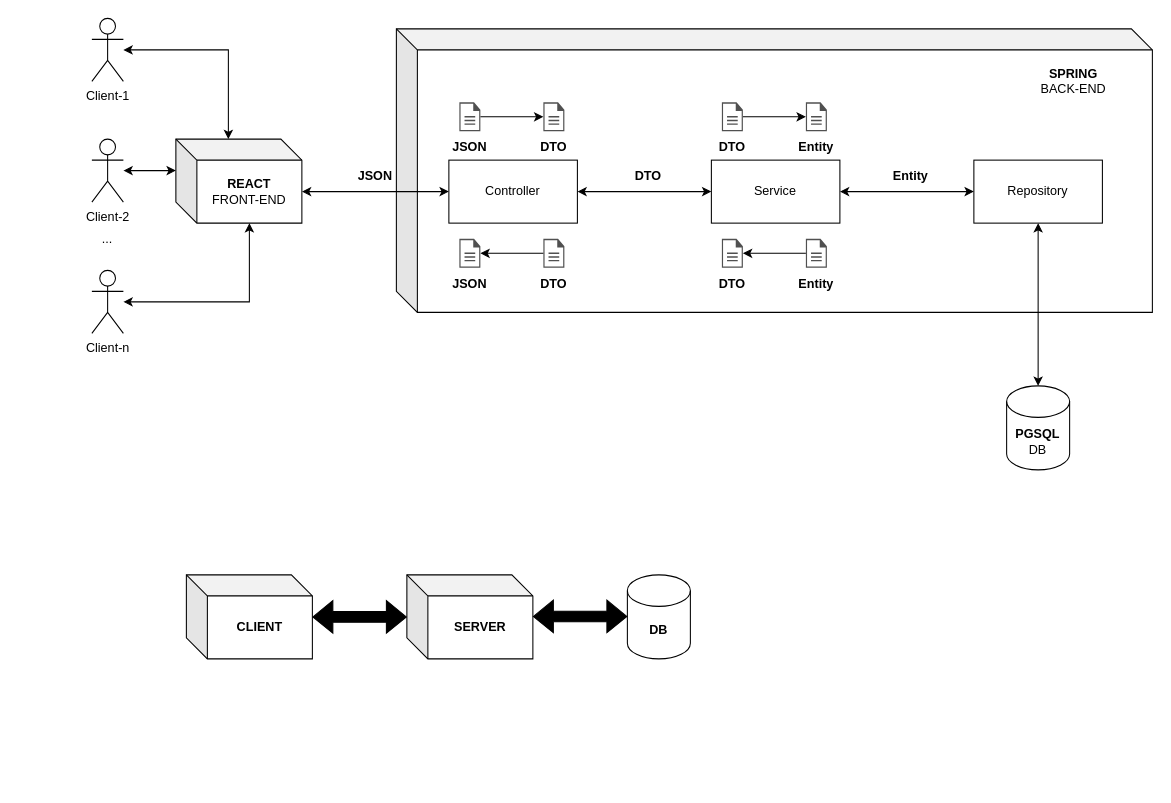
This is page "Страница 1" (1 of 2) of documentation/architecture.drawio from ArtemShishkinV/technical-support, a draw.io file, before an edit. Source tidied: cells renumbered, new cells numbered last; positions are measured from the earlier drawing's top-left corner, leaving out a move shared by most shapes. Both pictures are drawn from the tidied source at 105%, with x=0, y=0 at pixel (76, 18).
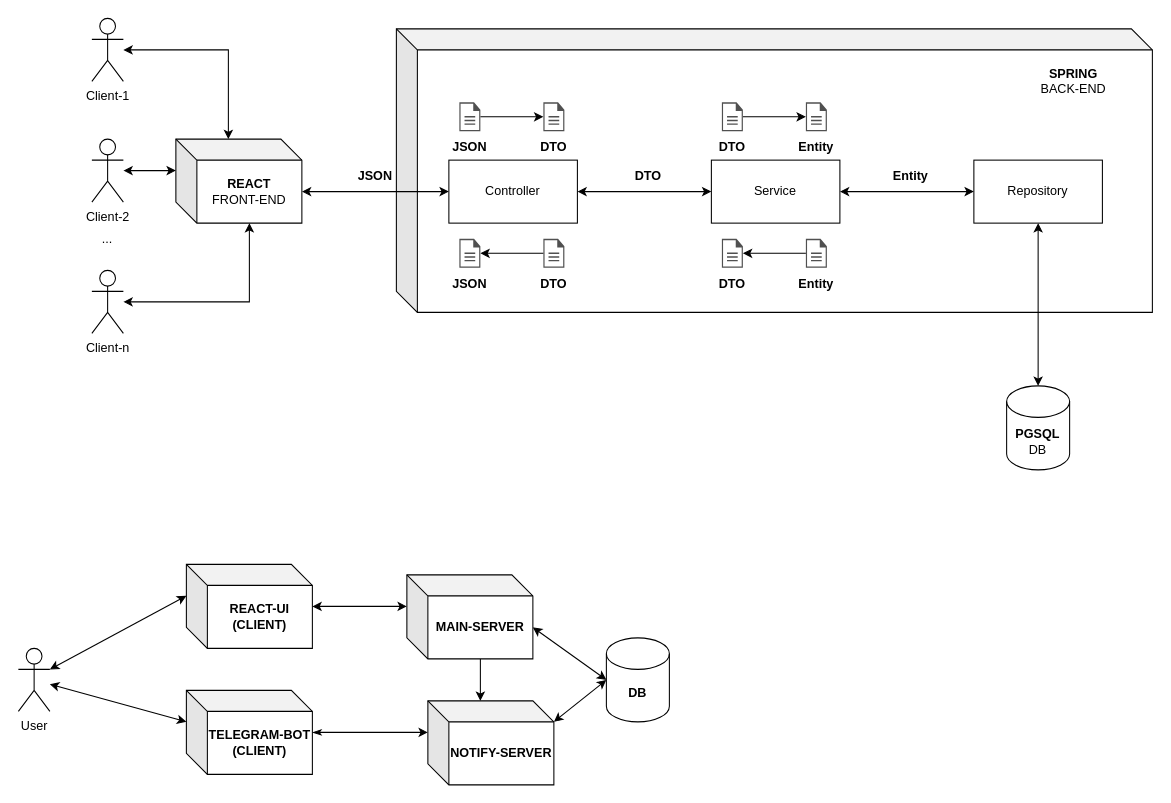
After the change.

Change to the diagram source:
```diff
@@
+    <mxCell id="54" style="edgeStyle=orthogonalEdgeStyle;rounded=0;jettySize=auto;html=1;entryX=0;entryY=0;entryDx=0;entryDy=30;entryPerimeter=0;startArrow=classic;startFill=1;" parent="1" edge="1" source="51" target="52">
+      <mxGeometry relative="1" as="geometry" />
+    </mxCell>
-    <mxCell id="51" value="&lt;b&gt;CLIENT&lt;/b&gt;" style="shape=cube;whiteSpace=wrap;html=1;boundedLbl=1;backgroundOutline=1;darkOpacity=0.05;darkOpacity2=0.1;" parent="1" vertex="1">
-      <mxGeometry x="105" y="530" width="120" height="80" as="geometry" />
+    <mxCell id="51" value="&lt;b&gt;REACT-UI&lt;br&gt;(CLIENT)&lt;br&gt;&lt;/b&gt;" style="shape=cube;whiteSpace=wrap;html=1;boundedLbl=1;backgroundOutline=1;darkOpacity=0.05;darkOpacity2=0.1;" parent="1" vertex="1">
+      <mxGeometry x="105" y="520" width="120" height="80" as="geometry" />
     </mxCell>
-    <mxCell id="52" value="&lt;b&gt;SERVER&lt;/b&gt;" style="shape=cube;whiteSpace=wrap;html=1;boundedLbl=1;backgroundOutline=1;darkOpacity=0.05;darkOpacity2=0.1;" parent="1" vertex="1">
+    <mxCell id="52" value="&lt;b&gt;MAIN-SERVER&lt;/b&gt;" style="shape=cube;whiteSpace=wrap;html=1;boundedLbl=1;backgroundOutline=1;darkOpacity=0.05;darkOpacity2=0.1;" parent="1" vertex="1">
       <mxGeometry x="315" y="530" width="120" height="80" as="geometry" />
     </mxCell>
     <mxCell id="53" value="&lt;b&gt;DB&lt;/b&gt;" style="shape=cylinder3;whiteSpace=wrap;html=1;boundedLbl=1;backgroundOutline=1;size=15;" parent="1" vertex="1">
-      <mxGeometry x="525" y="530" width="60" height="80" as="geometry" />
+      <mxGeometry x="505" y="590" width="60" height="80" as="geometry" />
     </mxCell>
-    <mxCell id="54" style="shape=flexArrow;endArrow=classic;startArrow=classic;html=1;rounded=0;entryX=0;entryY=0.5;entryDx=0;entryDy=0;entryPerimeter=0;fillColor=#000000;exitX=1;exitY=0.5;exitDx=0;exitDy=0;exitPerimeter=0;" parent="1" edge="1" source="51" target="52">
-      <mxGeometry relative="1" as="geometry" />
-    </mxCell>
-    <mxCell id="55" style="shape=flexArrow;endArrow=classic;startArrow=classic;html=1;rounded=0;fillColor=#000000;" parent="1" edge="1">
-      <mxGeometry relative="1" as="geometry">
-        <mxPoint x="435" y="569.6" as="sourcePoint" />
-        <mxPoint x="525" y="569.6" as="targetPoint" />
-      </mxGeometry>
-    </mxCell>
+    <mxCell id="56" value="User" style="shape=umlActor;verticalLabelPosition=bottom;verticalAlign=top;html=1;outlineConnect=0;" parent="1" vertex="1">
+      <mxGeometry x="-55" y="600" width="30" height="60" as="geometry" />
+    </mxCell>
+    <mxCell id="57" style="endArrow=classic;startArrow=classic;html=1;rounded=0;exitX=1;exitY=0.3333333333333333;exitDx=0;exitDy=0;exitPerimeter=0;entryX=0;entryY=0;entryDx=0;entryDy=30;entryPerimeter=0;" parent="1" edge="1" source="56" target="51">
+      <mxGeometry relative="1" as="geometry" />
+    </mxCell>
+    <mxCell id="58" style="edgeStyle=orthogonalEdgeStyle;rounded=0;jettySize=auto;html=1;entryX=0;entryY=0;entryDx=0;entryDy=30;entryPerimeter=0;startArrow=classicThin;startFill=1;" parent="1" edge="1" source="59" target="61">
+      <mxGeometry relative="1" as="geometry" />
+    </mxCell>
+    <mxCell id="59" value="&lt;b&gt;TELEGRAM-BOT&lt;br&gt;(CLIENT)&lt;br&gt;&lt;/b&gt;" style="shape=cube;whiteSpace=wrap;html=1;boundedLbl=1;backgroundOutline=1;darkOpacity=0.05;darkOpacity2=0.1;" parent="1" vertex="1">
+      <mxGeometry x="105" y="640" width="120" height="80" as="geometry" />
+    </mxCell>
+    <mxCell id="60" style="endArrow=classic;startArrow=classic;html=1;rounded=0;entryX=0;entryY=0;entryDx=0;entryDy=30;entryPerimeter=0;" parent="1" edge="1" source="56" target="59">
+      <mxGeometry relative="1" as="geometry" />
+    </mxCell>
+    <mxCell id="61" value="&lt;b&gt;NOTIFY-SERVER&lt;/b&gt;" style="shape=cube;whiteSpace=wrap;html=1;boundedLbl=1;backgroundOutline=1;darkOpacity=0.05;darkOpacity2=0.1;" parent="1" vertex="1">
+      <mxGeometry x="335" y="650" width="120" height="80" as="geometry" />
+    </mxCell>
+    <mxCell id="62" style="endArrow=none;startArrow=classic;html=1;rounded=0;exitX=0;exitY=0;exitDx=50;exitDy=0;exitPerimeter=0;entryX=0;entryY=0;entryDx=70;entryDy=80;entryPerimeter=0;startFill=1;endFill=0;" parent="1" edge="1" source="61" target="52">
+      <mxGeometry relative="1" as="geometry" />
+    </mxCell>
+    <mxCell id="63" style="endArrow=classic;startArrow=classic;html=1;rounded=0;entryX=0;entryY=0.5;entryDx=0;entryDy=0;entryPerimeter=0;exitX=0;exitY=0;exitDx=120;exitDy=50;exitPerimeter=0;" parent="1" edge="1" source="52" target="53">
+      <mxGeometry relative="1" as="geometry" />
+    </mxCell>
+    <mxCell id="64" style="endArrow=classic;startArrow=classic;html=1;rounded=0;entryX=0;entryY=0.5;entryDx=0;entryDy=0;entryPerimeter=0;exitX=0;exitY=0;exitDx=120;exitDy=20;exitPerimeter=0;" parent="1" edge="1" source="61" target="53">
+      <mxGeometry relative="1" as="geometry" />
+    </mxCell>
```
